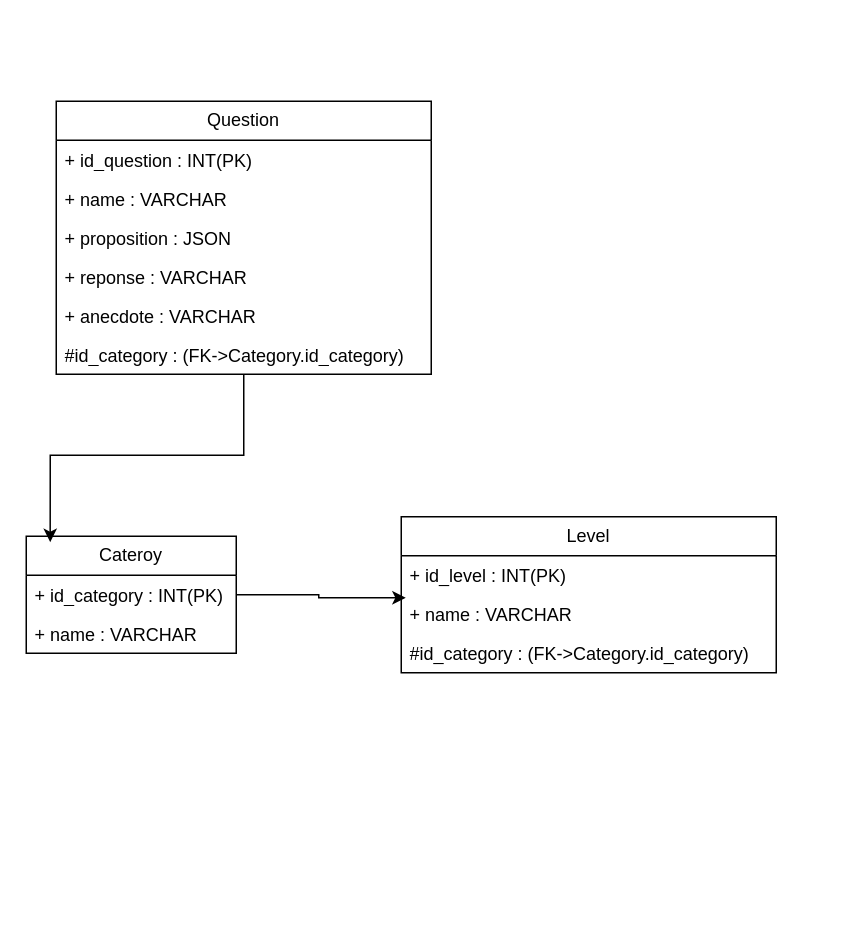
This is Diagramme sans nom.drawio from senga200/trivialPWA, a draw.io file, before an edit. Source tidied: cells renumbered, new cells numbered last; positions are measured from the earlier drawing's top-left corner, leaving out a move shared by most shapes. Both pictures are drawn from the tidied source at 150%, with x=0, y=0 at pixel (26, 100).
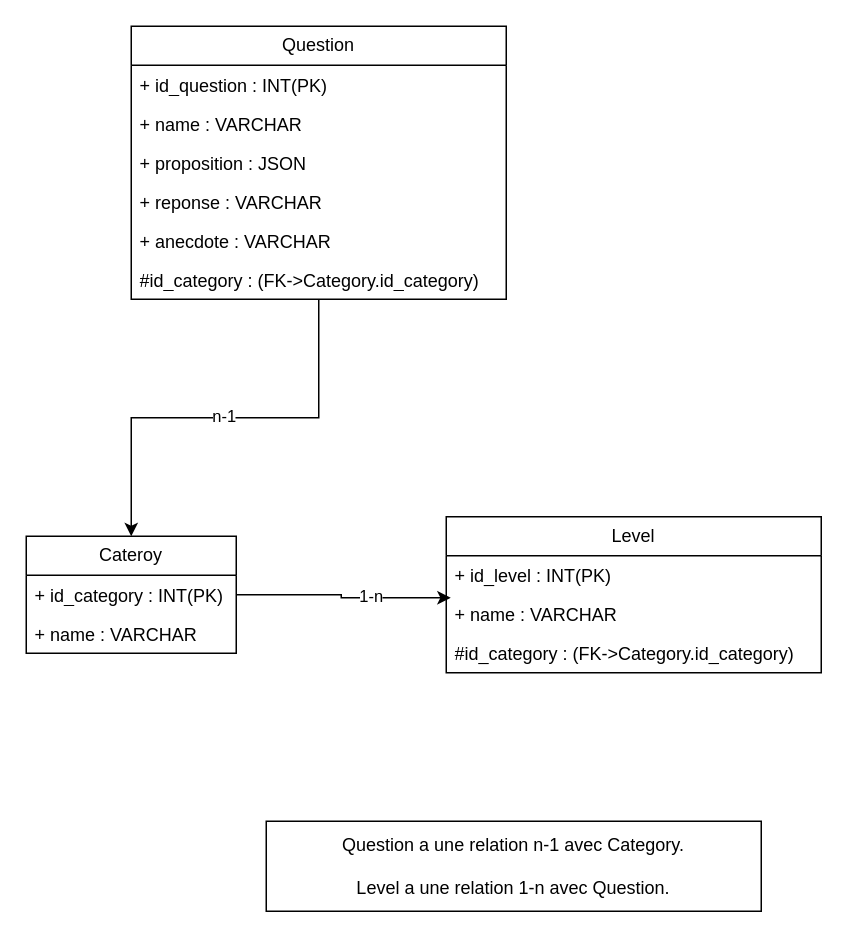
Above is the later version.

Commit message:
Mettre à jour Diagramme sans nom.drawio

Unchanged cells that the change refers to:
```xml
<mxCell id="2" value="Cateroy" style="swimlane;fontStyle=0;horizontal=1;startSize=26;fillColor=none;whiteSpace=wrap;html=1;" parent="1" vertex="1">
  <mxGeometry y="290" width="140" height="78" as="geometry" />
</mxCell>
<mxCell id="17" style="edgeStyle=orthogonalEdgeStyle;rounded=0;jettySize=auto;html=1;entryX=0.012;entryY=0.077;entryDx=0;entryDy=0;entryPerimeter=0;" parent="1" edge="1" source="2" target="7">
  <mxGeometry relative="1" as="geometry" />
</mxCell>
```

The edit, as a diff of the source:
```diff
@@
     <mxCell id="5" value="Level" style="swimlane;fontStyle=0;horizontal=1;startSize=26;fillColor=none;whiteSpace=wrap;html=1;" parent="1" vertex="1">
-      <mxGeometry x="250" y="277" width="250" height="104" as="geometry" />
+      <mxGeometry x="280" y="277" width="250" height="104" as="geometry" />
     </mxCell>
@@
+    <mxCell id="16" style="edgeStyle=orthogonalEdgeStyle;rounded=0;jettySize=auto;html=1;" parent="1" edge="1" source="9" target="2">
+      <mxGeometry relative="1" as="geometry" />
+    </mxCell>
+    <mxCell id="18" value="n-1" style="edgeLabel;html=1;align=center;verticalAlign=middle;" parent="16" vertex="1">
+      <mxGeometry x="0.01" y="-2" relative="1" as="geometry" />
+    </mxCell>
     <mxCell id="9" value="Question" style="swimlane;fontStyle=0;horizontal=1;startSize=26;fillColor=none;whiteSpace=wrap;html=1;" parent="1" vertex="1">
-      <mxGeometry x="20" width="250" height="182" as="geometry" />
+      <mxGeometry x="70" y="-50" width="250" height="182" as="geometry" />
     </mxCell>
@@
-    <mxCell id="16" style="edgeStyle=orthogonalEdgeStyle;rounded=0;jettySize=auto;html=1;entryX=0.114;entryY=0.051;entryDx=0;entryDy=0;entryPerimeter=0;" parent="1" edge="1" source="9" target="2">
-      <mxGeometry relative="1" as="geometry" />
-    </mxCell>
@@
+    <mxCell id="19" value="1-n" style="edgeLabel;html=1;align=center;verticalAlign=middle;" parent="17" vertex="1">
+      <mxGeometry x="0.26" y="2" relative="1" as="geometry" />
+    </mxCell>
+    <mxCell id="20" value="&lt;div&gt;Question a une relation n-1 avec Category.&lt;/div&gt;&lt;div&gt;&lt;br&gt;&lt;/div&gt;&lt;div&gt;Level a une relation 1-n avec Question.&lt;/div&gt;" style="rounded=0;whiteSpace=wrap;html=1;" parent="1" vertex="1">
+      <mxGeometry x="160" y="480" width="330" height="60" as="geometry" />
+    </mxCell>
```
